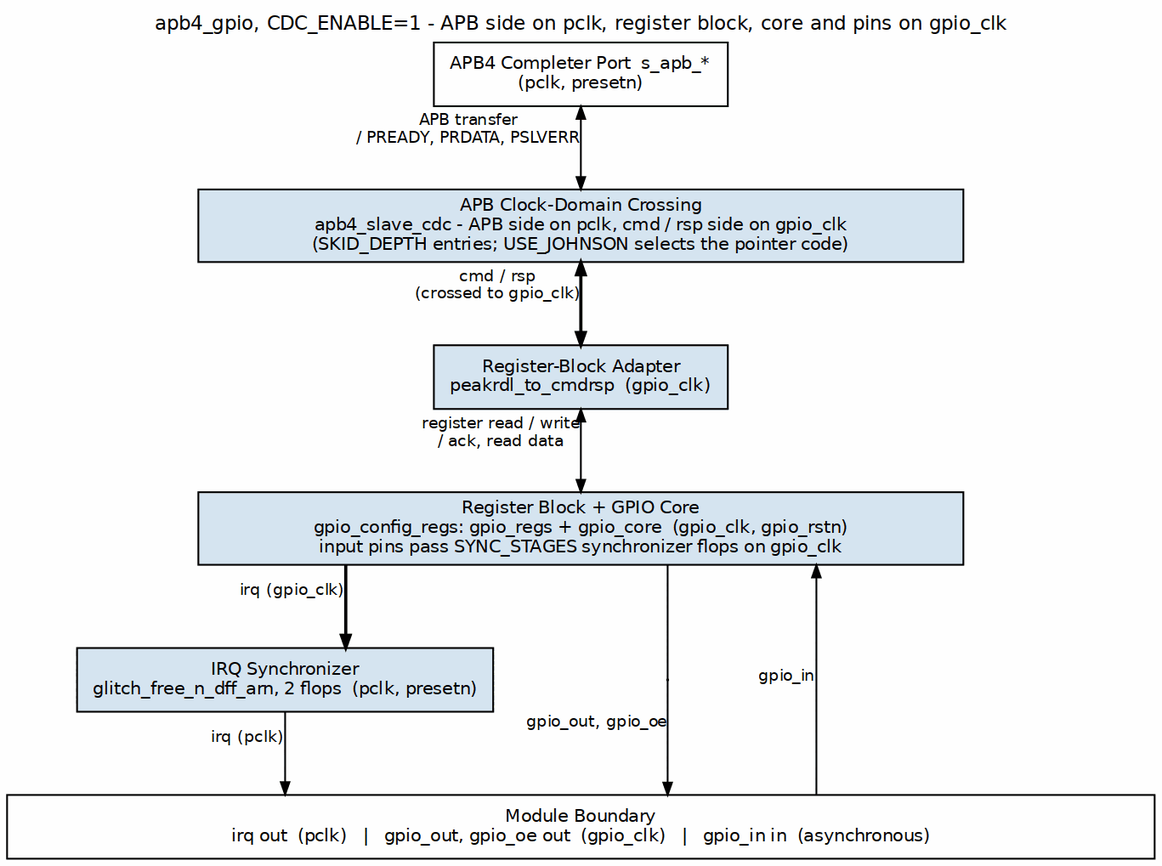
Earlier version of the Graphviz export projects/components/legacy-ip/retro_legacy_blocks/docs/gpio_mas/assets/graphviz/gpio_clocks_async.png (sean-galloway/RTLDesignSherpa). Its source is kept beside it as projects/components/legacy-ip/retro_legacy_blocks/docs/gpio_mas/assets/graphviz/gpio_clocks_async.dot. The source it was exported from:
```dot
digraph gpio_clocks_async {
    graph [rankdir=TB, bgcolor="white", fontname="Helvetica", fontsize=11,
           nodesep="0.45", ranksep="0.65", splines=ortho, newrank=true,
           label="apb4_gpio, CDC_ENABLE=1 - APB side on pclk, register block, core and pins on gpio_clk",
           labelloc=t, labeljust=c];
    node  [fontname="Helvetica", fontsize=10, shape=box, style=filled,
           fillcolor="#D6E4F0", color="black", margin="0.12,0.06"];
    edge  [fontname="Helvetica", fontsize=9, color="black", arrowsize=0.7];

    apb [group=C, label="APB4 Completer Port  s_apb_*\n(pclk, presetn)", fillcolor="white"];
    cdc [group=C, label="APB Clock-Domain Crossing\napb4_slave_cdc - APB side on pclk, cmd / rsp side on gpio_clk\n(SKID_DEPTH entries; USE_JOHNSON selects the pointer code)", width=6.0];
    adp [group=C, label="Register-Block Adapter\npeakrdl_to_cmdrsp  (gpio_clk)"];
    cfg [group=C, label="Register Block + GPIO Core\ngpio_config_regs: gpio_regs + gpio_core  (gpio_clk, gpio_rstn)\ninput pins pass SYNC_STAGES synchronizer flops on gpio_clk", width=6.0];
    isy [group=R, label="IRQ Synchronizer\nglitch_free_n_dff_arn, 2 flops  (pclk, presetn)"];

    bar [group=C, label="Module Boundary\nirq out  (pclk)   |   gpio_out, gpio_oe out  (gpio_clk)   |   gpio_in in  (asynchronous)",
         fillcolor="white", width=9.0];

    apb -> cdc [dir=both, xlabel="APB transfer\n/ PREADY, PRDATA, PSLVERR"];
    cdc -> adp [dir=both, penwidth=1.8, xlabel="cmd / rsp\n(crossed to gpio_clk)"];
    adp -> cfg [dir=both, xlabel="register read / write\n/ ack, read data"];

    p_out [shape=point, width=0.01, group=L];
    cfg -> p_out [arrowhead=none, headclip=false];
    p_out -> bar [xlabel="gpio_out, gpio_oe", tailclip=false];
    cfg -> bar [dir=back, xlabel="gpio_in"];
    cfg -> isy [penwidth=1.8, xlabel="irq (gpio_clk)"];
    isy -> bar [xlabel="irq (pclk)"];

    { rank=same; p_out; isy; }
}
```
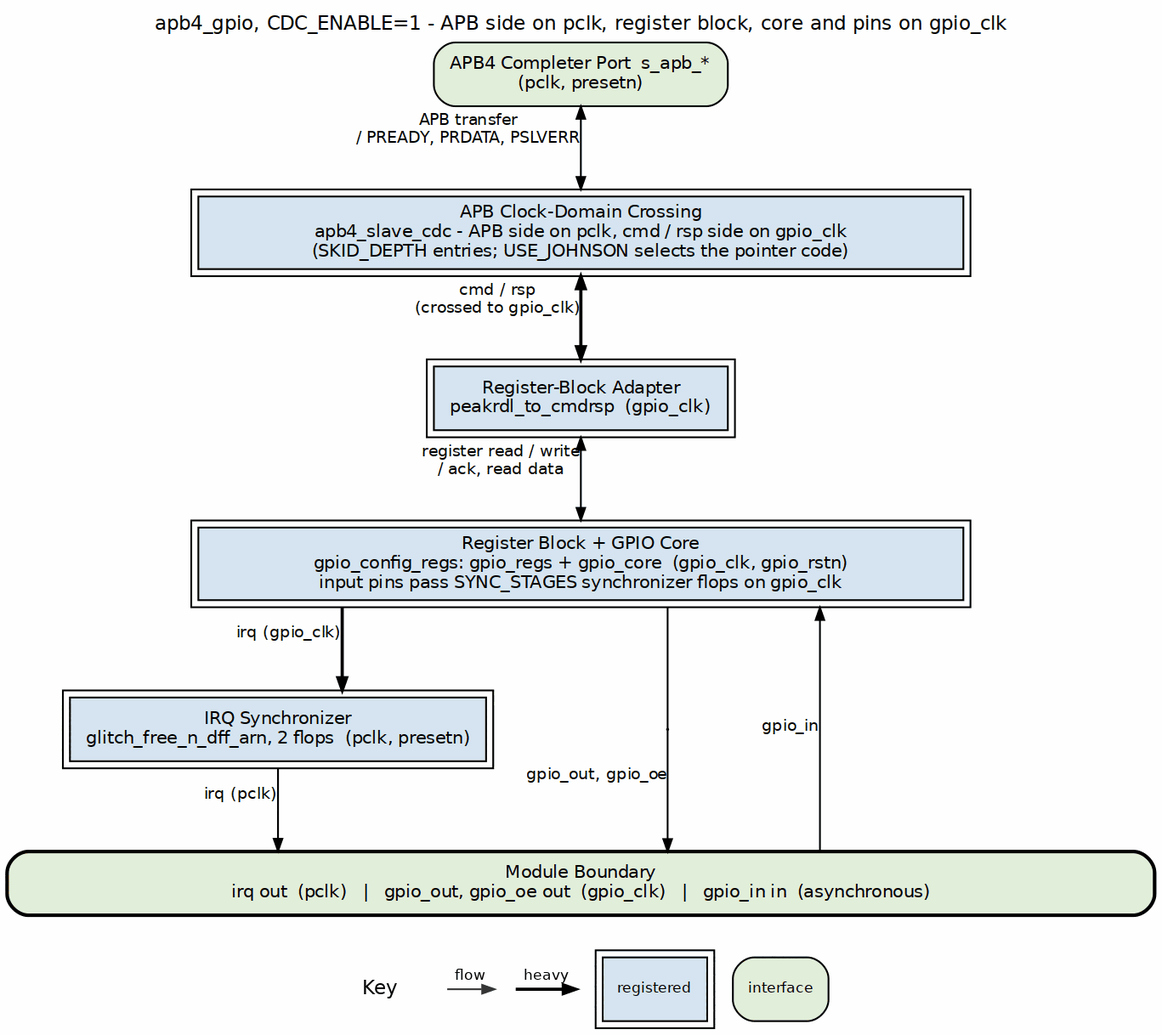
Later version of the same file.

What changed in the source:
```diff
@@ -4,17 +4,17 @@
            label="apb4_gpio, CDC_ENABLE=1 - APB side on pclk, register block, core and pins on gpio_clk",
            labelloc=t, labeljust=c];
     node  [fontname="Helvetica", fontsize=10, shape=box, style=filled,
-           fillcolor="#D6E4F0", color="black", margin="0.12,0.06"];
+           fillcolor="white", color="black", margin="0.12,0.06"];
     edge  [fontname="Helvetica", fontsize=9, color="black", arrowsize=0.7];
 
-    apb [group=C, label="APB4 Completer Port  s_apb_*\n(pclk, presetn)", fillcolor="white"];
-    cdc [group=C, label="APB Clock-Domain Crossing\napb4_slave_cdc - APB side on pclk, cmd / rsp side on gpio_clk\n(SKID_DEPTH entries; USE_JOHNSON selects the pointer code)", width=6.0];
-    adp [group=C, label="Register-Block Adapter\npeakrdl_to_cmdrsp  (gpio_clk)"];
-    cfg [group=C, label="Register Block + GPIO Core\ngpio_config_regs: gpio_regs + gpio_core  (gpio_clk, gpio_rstn)\ninput pins pass SYNC_STAGES synchronizer flops on gpio_clk", width=6.0];
-    isy [group=R, label="IRQ Synchronizer\nglitch_free_n_dff_arn, 2 flops  (pclk, presetn)"];
+    apb [group=C, label="APB4 Completer Port  s_apb_*\n(pclk, presetn)", fillcolor="white", style="rounded,filled", fillcolor="#E2EFDA"];
+    cdc [group=C, label="APB Clock-Domain Crossing\napb4_slave_cdc - APB side on pclk, cmd / rsp side on gpio_clk\n(SKID_DEPTH entries; USE_JOHNSON selects the pointer code)", width=6.0, peripheries=2, style="filled", fillcolor="#D6E4F0"];
+    adp [group=C, label="Register-Block Adapter\npeakrdl_to_cmdrsp  (gpio_clk)", peripheries=2, style="filled", fillcolor="#D6E4F0"];
+    cfg [group=C, label="Register Block + GPIO Core\ngpio_config_regs: gpio_regs + gpio_core  (gpio_clk, gpio_rstn)\ninput pins pass SYNC_STAGES synchronizer flops on gpio_clk", width=6.0, peripheries=2, style="filled", fillcolor="#D6E4F0"];
+    isy [group=R, label="IRQ Synchronizer\nglitch_free_n_dff_arn, 2 flops  (pclk, presetn)", peripheries=2, style="filled", fillcolor="#D6E4F0"];
 
     bar [group=C, label="Module Boundary\nirq out  (pclk)   |   gpio_out, gpio_oe out  (gpio_clk)   |   gpio_in in  (asynchronous)",
-         fillcolor="white", width=9.0];
+         fillcolor="white", width=9.0, style="rounded,filled,bold", fillcolor="#E2EFDA"];
 
     apb -> cdc [dir=both, xlabel="APB transfer\n/ PREADY, PRDATA, PSLVERR"];
     cdc -> adp [dir=both, penwidth=1.8, xlabel="cmd / rsp\n(crossed to gpio_clk)"];
```
